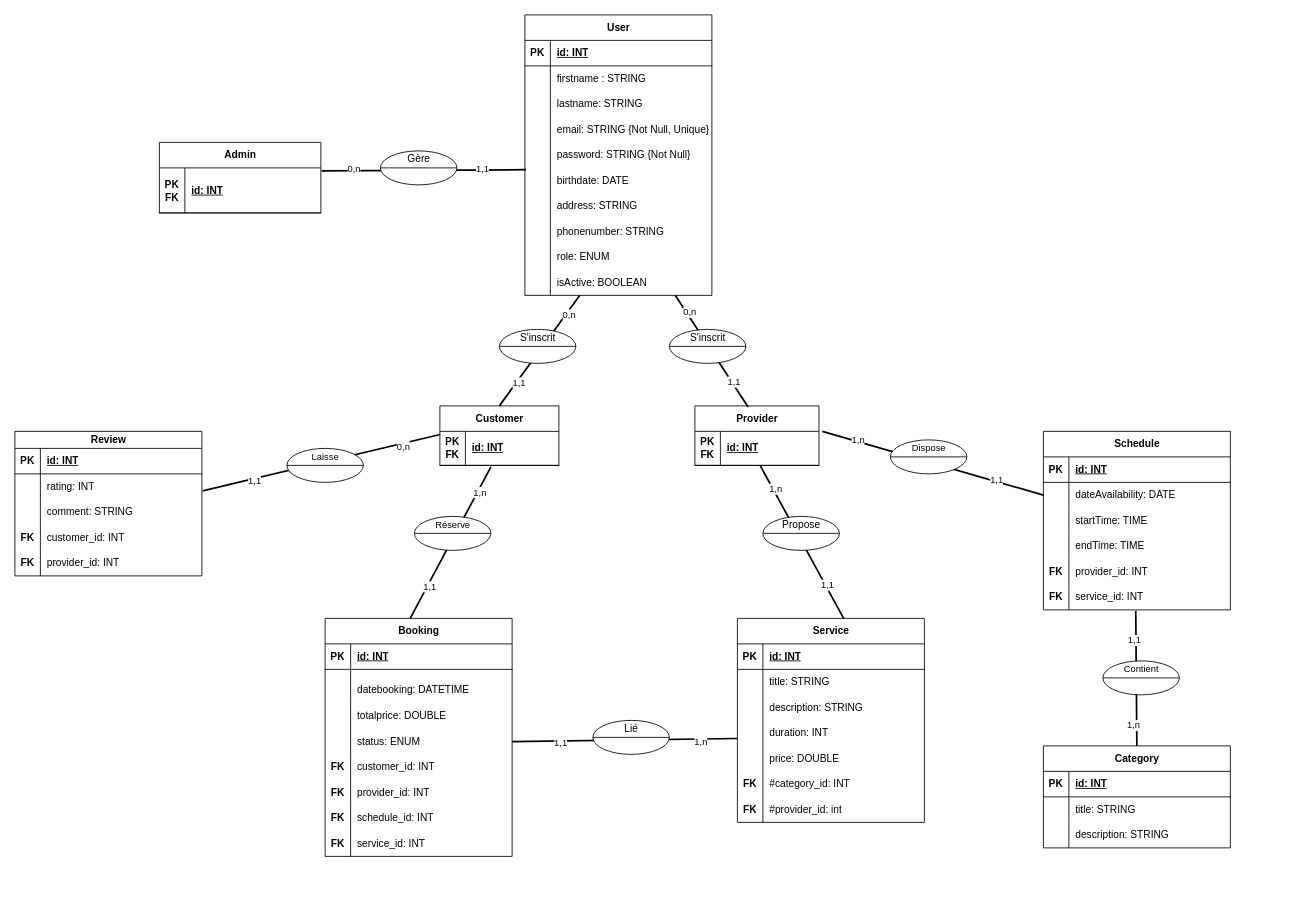
Before: BB_diagrams_entite.drawio in Steony/BeautyBookerApp, a draw.io diagram. Source tidied: cells renumbered, new cells numbered last; positions are measured from the earlier drawing's top-left corner, leaving out a move shared by most shapes. Both pictures are drawn from the tidied source at 85%, with x=0, y=0 at pixel (14, 14).
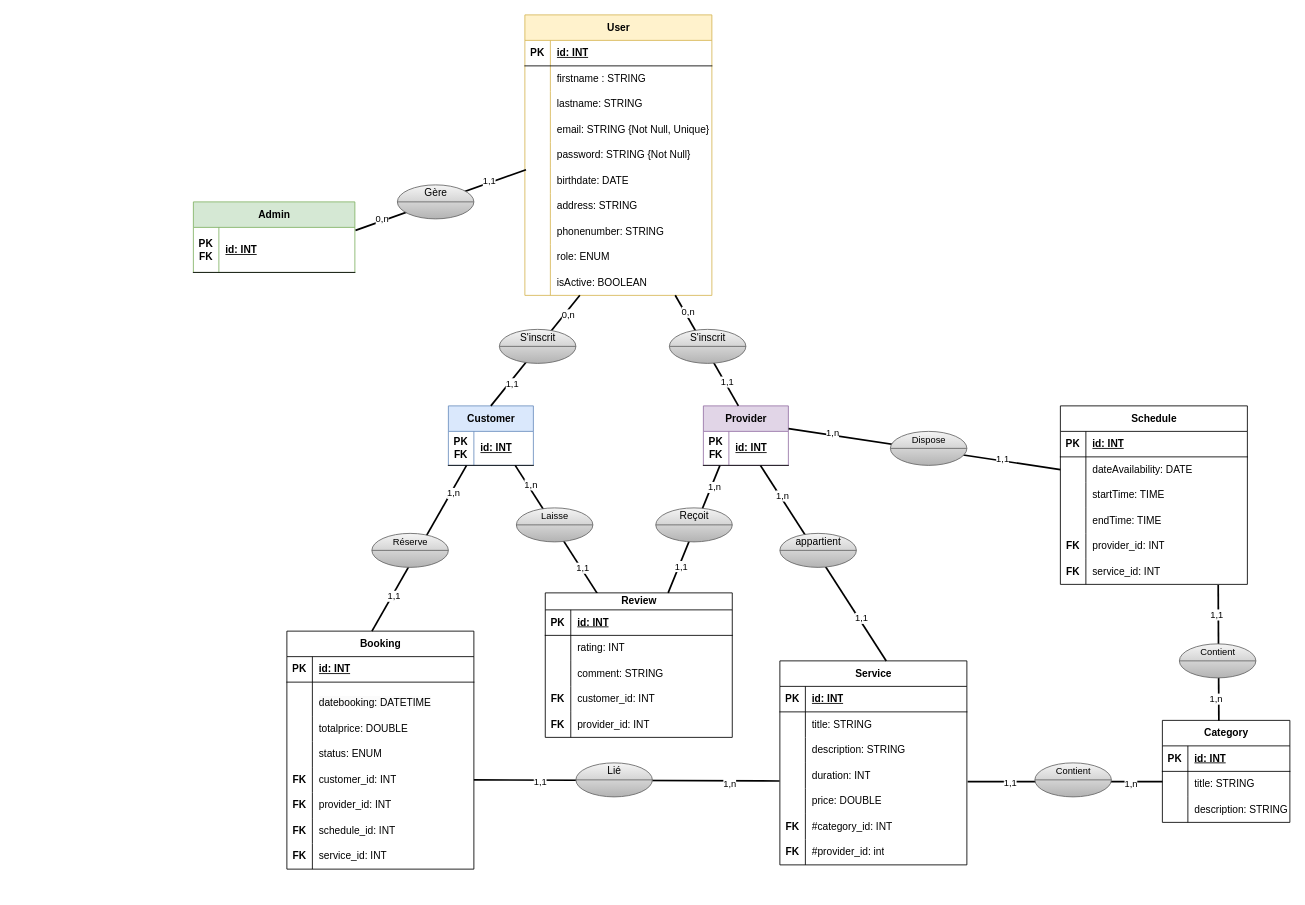
The same page after the edit.

Commit message (it also covers changes not shown here):
Mettre à jour BB_diagrams_entite.drawio

Unchanged cells that the change refers to:
```xml
<mxCell id="30" style="shape=tableRow;horizontal=0;startSize=0;swimlaneHead=0;swimlaneBody=0;fillColor=none;points=[[0,0.5],[1,0.5]];portConstraint=eastwest;top=0;left=0;right=0;bottom=0;" parent="2" vertex="1">
  <mxGeometry y="300" width="220" height="30" as="geometry" />
</mxCell>
<mxCell id="56" value="Booking" style="shape=table;startSize=30;childLayout=tableLayout;rowLines=0;fontStyle=1;align=center;html=1;" parent="55" vertex="1">
  <mxGeometry width="220" height="280" as="geometry" />
</mxCell>
<mxCell id="66" style="shape=tableRow;horizontal=0;startSize=0;swimlaneHead=0;swimlaneBody=0;fillColor=none;points=[[0,0.5],[1,0.5]];portConstraint=eastwest;top=0;left=0;right=0;bottom=0;" parent="56" vertex="1">
  <mxGeometry y="130" width="220" height="30" as="geometry" />
</mxCell>
<mxCell id="69" style="shape=tableRow;horizontal=0;startSize=0;swimlaneHead=0;swimlaneBody=0;fillColor=none;points=[[0,0.5],[1,0.5]];portConstraint=eastwest;top=0;left=0;right=0;bottom=0;" parent="56" vertex="1">
  <mxGeometry y="160" width="220" height="30" as="geometry" />
</mxCell>
<mxCell id="86" value="Service" style="shape=table;startSize=30;childLayout=tableLayout;rowLines=0;fontStyle=1;align=center;html=1;" parent="85" vertex="1">
  <mxGeometry width="220" height="240" as="geometry" />
</mxCell>
<mxCell id="96" style="shape=tableRow;horizontal=0;startSize=0;swimlaneHead=0;swimlaneBody=0;fillColor=none;points=[[0,0.5],[1,0.5]];portConstraint=eastwest;top=0;left=0;right=0;bottom=0;" parent="86" vertex="1">
  <mxGeometry y="120" width="220" height="30" as="geometry" />
</mxCell>
<mxCell id="131" style="group;" parent="1" vertex="1">
  <mxGeometry x="570" y="370" width="90" height="40" as="geometry" />
</mxCell>
<mxCell id="134" style="group;" parent="1" vertex="1">
  <mxGeometry x="770" y="370" width="90" height="40" as="geometry" />
</mxCell>
<mxCell id="144" value="Review" style="shape=table;startSize=20;childLayout=tableLayout;rowLines=0;fontStyle=1;align=center;html=1;" parent="140" vertex="1">
  <mxGeometry width="220" height="170" as="geometry" />
</mxCell>
<mxCell id="171" style="shape=tableRow;horizontal=0;startSize=0;swimlaneHead=0;swimlaneBody=0;fillColor=none;points=[[0,0.5],[1,0.5]];portConstraint=eastwest;top=0;left=0;right=0;bottom=0;" parent="167" vertex="1">
  <mxGeometry y="60" width="220" height="30" as="geometry" />
</mxCell>
<mxCell id="183" style="shape=tableRow;horizontal=0;startSize=0;swimlaneHead=0;swimlaneBody=0;fillColor=none;points=[[0,0.5],[1,0.5]];portConstraint=eastwest;top=0;left=0;right=0;bottom=0;" parent="167" vertex="1">
  <mxGeometry y="180" width="220" height="30" as="geometry" />
</mxCell>
```

Diff of the diagram source:
```diff
@@
-    <mxCell id="2" value="User" style="shape=table;startSize=30;childLayout=tableLayout;rowLines=0;fontStyle=1;align=center;html=1;" parent="1" vertex="1">
+    <mxCell id="2" value="User" style="shape=table;startSize=30;childLayout=tableLayout;rowLines=0;fontStyle=1;align=center;html=1;fillColor=#fff2cc;strokeColor=#d6b656;" parent="1" vertex="1">
       <mxGeometry x="600" width="220" height="330" as="geometry" />
     </mxCell>
@@
-    <mxCell id="33" value="Customer" style="shape=table;startSize=30;childLayout=tableLayout;rowLines=0;fontStyle=1;align=center;html=1;" parent="1" vertex="1">
-      <mxGeometry x="500" y="460" width="140" height="70" as="geometry" />
+    <mxCell id="33" value="Customer" style="shape=table;startSize=30;childLayout=tableLayout;rowLines=0;fontStyle=1;align=center;html=1;fillColor=#dae8fc;strokeColor=#6c8ebf;" parent="1" vertex="1">
+      <mxGeometry x="510" y="460" width="100" height="70" as="geometry" />
     </mxCell>
     <mxCell id="34" style="shape=tableRow;horizontal=0;startSize=0;swimlaneHead=0;swimlaneBody=0;fillColor=none;points=[[0,0.5],[1,0.5]];portConstraint=eastwest;top=0;left=0;right=0;bottom=1;" parent="33" vertex="1">
-      <mxGeometry y="30" width="140" height="40" as="geometry" />
+      <mxGeometry y="30" width="100" height="40" as="geometry" />
     </mxCell>
@@
     <mxCell id="36" value="id: INT" style="shape=partialRectangle;fillColor=none;top=0;left=0;bottom=0;right=0;align=left;spacingLeft=6;fontStyle=5;overflow=hidden;whiteSpace=wrap;html=1;" parent="34" vertex="1">
-      <mxGeometry x="30" width="110" height="40" as="geometry" />
+      <mxGeometry x="30" width="70" height="40" as="geometry" />
     </mxCell>
-    <mxCell id="37" value="Provider" style="shape=table;startSize=30;childLayout=tableLayout;rowLines=0;fontStyle=1;align=center;html=1;" parent="1" vertex="1">
-      <mxGeometry x="800" y="460" width="146" height="70" as="geometry" />
+    <mxCell id="37" value="Provider" style="shape=table;startSize=30;childLayout=tableLayout;rowLines=0;fontStyle=1;align=center;html=1;fillColor=#e1d5e7;strokeColor=#9673a6;" parent="1" vertex="1">
+      <mxGeometry x="810" y="460" width="100" height="70" as="geometry" />
     </mxCell>
     <mxCell id="38" style="shape=tableRow;horizontal=0;startSize=0;swimlaneHead=0;swimlaneBody=0;fillColor=none;points=[[0,0.5],[1,0.5]];portConstraint=eastwest;top=0;left=0;right=0;bottom=1;" parent="37" vertex="1">
-      <mxGeometry y="30" width="146" height="40" as="geometry" />
+      <mxGeometry y="30" width="100" height="40" as="geometry" />
     </mxCell>
@@
     <mxCell id="40" value="id: INT" style="shape=partialRectangle;fillColor=none;top=0;left=0;bottom=0;right=0;align=left;spacingLeft=6;fontStyle=5;overflow=hidden;whiteSpace=wrap;html=1;" parent="38" vertex="1">
-      <mxGeometry x="30" width="116" height="40" as="geometry" />
+      <mxGeometry x="30" width="70" height="40" as="geometry" />
     </mxCell>
-    <mxCell id="41" value="Admin" style="shape=table;startSize=30;childLayout=tableLayout;rowLines=0;fontStyle=1;align=center;html=1;" parent="1" vertex="1">
-      <mxGeometry x="170" y="150" width="190" height="83" as="geometry" />
+    <mxCell id="41" value="Admin" style="shape=table;startSize=30;childLayout=tableLayout;rowLines=0;fontStyle=1;align=center;html=1;fillColor=#d5e8d4;strokeColor=#82b366;" parent="1" vertex="1">
+      <mxGeometry x="210" y="220" width="190" height="83" as="geometry" />
     </mxCell>
@@
     <mxCell id="45" value="Category" style="shape=table;startSize=30;childLayout=tableLayout;rowLines=0;fontStyle=1;align=center;html=1;" parent="1" vertex="1">
-      <mxGeometry x="1210" y="860" width="220" height="120" as="geometry" />
+      <mxGeometry x="1350" y="830" width="150" height="120" as="geometry" />
     </mxCell>
     <mxCell id="46" style="shape=tableRow;horizontal=0;startSize=0;swimlaneHead=0;swimlaneBody=0;fillColor=none;top=0;left=0;right=0;bottom=1;" parent="45" vertex="1">
-      <mxGeometry y="30" width="220" height="30" as="geometry" />
+      <mxGeometry y="30" width="150" height="30" as="geometry" />
     </mxCell>
@@
     <mxCell id="48" value="id: INT" style="shape=partialRectangle;fillColor=none;top=0;left=0;bottom=0;right=0;align=left;spacingLeft=6;fontStyle=5;overflow=hidden;whiteSpace=wrap;html=1;" parent="46" vertex="1">
-      <mxGeometry x="30" width="190" height="30" as="geometry" />
+      <mxGeometry x="30" width="120" height="30" as="geometry" />
     </mxCell>
     <mxCell id="49" style="shape=tableRow;horizontal=0;startSize=0;swimlaneHead=0;swimlaneBody=0;fillColor=none;points=[[0,0.5],[1,0.5]];portConstraint=eastwest;top=0;left=0;right=0;bottom=0;" parent="45" vertex="1">
-      <mxGeometry y="60" width="220" height="30" as="geometry" />
+      <mxGeometry y="60" width="150" height="30" as="geometry" />
     </mxCell>
@@
     <mxCell id="51" value="title: STRING" style="shape=partialRectangle;fillColor=none;top=0;left=0;bottom=0;right=0;align=left;spacingLeft=6;overflow=hidden;whiteSpace=wrap;html=1;" parent="49" vertex="1">
-      <mxGeometry x="30" width="190" height="30" as="geometry" />
+      <mxGeometry x="30" width="120" height="30" as="geometry" />
     </mxCell>
     <mxCell id="52" style="shape=tableRow;horizontal=0;startSize=0;swimlaneHead=0;swimlaneBody=0;fillColor=none;top=0;left=0;right=0;bottom=0;" parent="45" vertex="1">
-      <mxGeometry y="90" width="220" height="30" as="geometry" />
+      <mxGeometry y="90" width="150" height="30" as="geometry" />
     </mxCell>
@@
     <mxCell id="54" value="description: STRING" style="shape=partialRectangle;fillColor=none;top=0;left=0;bottom=0;right=0;align=left;spacingLeft=6;overflow=hidden;whiteSpace=wrap;html=1;" parent="52" vertex="1">
-      <mxGeometry x="30" width="190" height="30" as="geometry" />
+      <mxGeometry x="30" width="120" height="30" as="geometry" />
     </mxCell>
     <mxCell id="55" style="group;" parent="1" vertex="1">
-      <mxGeometry x="365" y="710" width="220" height="280" as="geometry" />
+      <mxGeometry x="320" y="725" width="220" height="280" as="geometry" />
     </mxCell>
@@
     <mxCell id="85" style="group;" parent="1" vertex="1">
-      <mxGeometry x="850" y="710" width="220" height="270" as="geometry" />
+      <mxGeometry x="900" y="760" width="220" height="270" as="geometry" />
     </mxCell>
@@
-    <mxCell id="110" style="endArrow=none;html=1;rounded=0;exitX=0.003;exitY=0.093;exitDx=0;exitDy=0;exitPerimeter=0;strokeWidth=2;" parent="1" edge="1" source="34">
-      <mxGeometry relative="1" as="geometry">
-        <mxPoint x="221" y="560" as="targetPoint" />
-      </mxGeometry>
+    <mxCell id="110" style="endArrow=none;html=1;rounded=0;strokeWidth=2;entryX=0.288;entryY=0.024;entryDx=0;entryDy=0;entryPerimeter=0;exitX=0.786;exitY=1;exitDx=0;exitDy=0;exitPerimeter=0;" parent="1" edge="1" source="34" target="144">
+      <mxGeometry relative="1" as="geometry" />
     </mxCell>
-    <mxCell id="111" value="0,n" style="edgeLabel;html=1;align=center;verticalAlign=middle;" parent="110" vertex="1">
+    <mxCell id="111" value="1,n" style="edgeLabel;html=1;align=center;verticalAlign=middle;" parent="110" vertex="1">
       <mxGeometry x="-0.68" y="3" relative="1" as="geometry" />
     </mxCell>
@@
     <mxCell id="113" style="group;" parent="1" vertex="1">
-      <mxGeometry x="320" y="510" width="90" height="40" as="geometry" />
+      <mxGeometry x="590" y="580" width="90" height="40" as="geometry" />
     </mxCell>
-    <mxCell id="114" style="shape=lineEllipse;perimeter=ellipsePerimeter;whiteSpace=wrap;html=1;backgroundOutline=1;" parent="113" vertex="1">
+    <mxCell id="114" style="shape=lineEllipse;perimeter=ellipsePerimeter;whiteSpace=wrap;html=1;backgroundOutline=1;fillColor=#f5f5f5;gradientColor=#b3b3b3;strokeColor=#666666;" parent="113" vertex="1">
       <mxGeometry width="90" height="40" as="geometry" />
     </mxCell>
@@
-    <mxCell id="116" style="endArrow=none;html=1;rounded=0;exitX=0.429;exitY=1.042;exitDx=0;exitDy=0;exitPerimeter=0;strokeWidth=2;entryX=0.455;entryY=0;entryDx=0;entryDy=0;entryPerimeter=0;" parent="1" edge="1" source="34" target="56">
+    <mxCell id="116" style="endArrow=none;html=1;rounded=0;strokeWidth=2;entryX=0.455;entryY=0;entryDx=0;entryDy=0;entryPerimeter=0;exitX=0.214;exitY=1;exitDx=0;exitDy=0;exitPerimeter=0;" parent="1" edge="1" source="34" target="56">
       <mxGeometry relative="1" as="geometry" />
     </mxCell>
@@
     <mxCell id="119" style="group;" parent="1" vertex="1">
-      <mxGeometry x="470" y="590" width="90" height="40" as="geometry" />
+      <mxGeometry x="420" y="610" width="90" height="40" as="geometry" />
     </mxCell>
-    <mxCell id="120" style="shape=lineEllipse;perimeter=ellipsePerimeter;whiteSpace=wrap;html=1;backgroundOutline=1;" parent="119" vertex="1">
+    <mxCell id="120" style="shape=lineEllipse;perimeter=ellipsePerimeter;whiteSpace=wrap;html=1;backgroundOutline=1;fillColor=#f5f5f5;gradientColor=#b3b3b3;strokeColor=#666666;" parent="119" vertex="1">
       <mxGeometry width="90" height="40" as="geometry" />
     </mxCell>
@@
-    <mxCell id="122" style="endArrow=none;html=1;rounded=0;strokeWidth=2;exitX=0.527;exitY=1.01;exitDx=0;exitDy=0;exitPerimeter=0;entryX=0.569;entryY=0.001;entryDx=0;entryDy=0;entryPerimeter=0;" parent="1" edge="1" source="38" target="86">
+    <mxCell id="122" style="endArrow=none;html=1;rounded=0;strokeWidth=2;exitX=0.672;exitY=1.005;exitDx=0;exitDy=0;exitPerimeter=0;entryX=0.569;entryY=0.001;entryDx=0;entryDy=0;entryPerimeter=0;" parent="1" edge="1" source="38" target="86">
       <mxGeometry relative="1" as="geometry" />
     </mxCell>
@@
-    <mxCell id="128" style="endArrow=none;html=1;rounded=0;entryX=0.429;entryY=0.018;entryDx=0;entryDy=0;strokeWidth=2;entryPerimeter=0;exitX=0.804;exitY=0.995;exitDx=0;exitDy=0;exitPerimeter=0;" parent="1" edge="1" source="30" target="37">
+    <mxCell id="128" style="endArrow=none;html=1;rounded=0;entryX=0.412;entryY=-0.001;entryDx=0;entryDy=0;strokeWidth=2;entryPerimeter=0;exitX=0.804;exitY=0.995;exitDx=0;exitDy=0;exitPerimeter=0;" parent="1" edge="1" source="30" target="37">
       <mxGeometry relative="1" as="geometry" />
     </mxCell>
@@
-    <mxCell id="132" style="shape=lineEllipse;perimeter=ellipsePerimeter;whiteSpace=wrap;html=1;backgroundOutline=1;" parent="131" vertex="1">
+    <mxCell id="132" style="shape=lineEllipse;perimeter=ellipsePerimeter;whiteSpace=wrap;html=1;backgroundOutline=1;fillColor=#f5f5f5;gradientColor=#b3b3b3;strokeColor=#666666;" parent="131" vertex="1">
       <mxGeometry width="90" height="40" as="geometry" />
     </mxCell>
@@
-    <mxCell id="135" style="shape=lineEllipse;perimeter=ellipsePerimeter;whiteSpace=wrap;html=1;backgroundOutline=1;" parent="134" vertex="1">
+    <mxCell id="135" style="shape=lineEllipse;perimeter=ellipsePerimeter;whiteSpace=wrap;html=1;backgroundOutline=1;fillColor=#f5f5f5;gradientColor=#b3b3b3;strokeColor=#666666;" parent="134" vertex="1">
       <mxGeometry width="90" height="40" as="geometry" />
     </mxCell>
@@
     <mxCell id="137" style="group;" parent="1" vertex="1">
-      <mxGeometry x="880" y="590" width="90" height="40" as="geometry" />
+      <mxGeometry x="900" y="610" width="90" height="40" as="geometry" />
     </mxCell>
-    <mxCell id="138" style="shape=lineEllipse;perimeter=ellipsePerimeter;whiteSpace=wrap;html=1;backgroundOutline=1;" parent="137" vertex="1">
+    <mxCell id="138" style="shape=lineEllipse;perimeter=ellipsePerimeter;whiteSpace=wrap;html=1;backgroundOutline=1;fillColor=#f5f5f5;gradientColor=#b3b3b3;strokeColor=#666666;" parent="137" vertex="1">
       <mxGeometry width="90" height="40" as="geometry" />
     </mxCell>
-    <mxCell id="139" value="Propose" style="text;html=1;align=center;verticalAlign=middle;whiteSpace=wrap;rounded=0;" parent="137" vertex="1">
+    <mxCell id="139" value="appartient" style="text;html=1;align=center;verticalAlign=middle;whiteSpace=wrap;rounded=0;" parent="137" vertex="1">
       <mxGeometry x="17.5" width="55" height="20" as="geometry" />
     </mxCell>
     <mxCell id="140" style="group;" parent="1" vertex="1">
-      <mxGeometry y="490" width="220" height="170" as="geometry" />
+      <mxGeometry x="624" y="680" width="220" height="170" as="geometry" />
     </mxCell>
@@
-    <mxCell id="160" style="endArrow=none;html=1;rounded=0;strokeWidth=2;entryX=0.494;entryY=1.039;entryDx=0;entryDy=0;exitX=0.5;exitY=0;exitDx=0;exitDy=0;entryPerimeter=0;" parent="1" edge="1" source="45" target="183">
+    <mxCell id="160" style="endArrow=none;html=1;rounded=0;strokeWidth=2;entryX=0.844;entryY=1.026;entryDx=0;entryDy=0;entryPerimeter=0;exitX=0.443;exitY=0.004;exitDx=0;exitDy=0;exitPerimeter=0;" parent="1" edge="1" source="45" target="183">
       <mxGeometry relative="1" as="geometry" />
     </mxCell>
@@
     <mxCell id="163" style="group;" parent="1" vertex="1">
-      <mxGeometry x="1210" y="490" width="220" height="210" as="geometry" />
+      <mxGeometry x="1230" y="460" width="220" height="210" as="geometry" />
     </mxCell>
@@
-    <mxCell id="186" style="endArrow=none;html=1;rounded=0;strokeWidth=2;exitX=1.027;exitY=0;exitDx=0;exitDy=0;exitPerimeter=0;entryX=0;entryY=0.5;entryDx=0;entryDy=0;" parent="1" edge="1" source="38" target="171">
+    <mxCell id="186" style="endArrow=none;html=1;rounded=0;strokeWidth=2;exitX=1.002;exitY=0.383;exitDx=0;exitDy=0;exitPerimeter=0;entryX=0;entryY=0.5;entryDx=0;entryDy=0;" parent="1" edge="1" source="37" target="171">
       <mxGeometry relative="1" as="geometry" />
     </mxCell>
@@
     <mxCell id="192" style="group;" parent="1" vertex="1">
-      <mxGeometry x="430" y="160" width="90" height="40" as="geometry" />
+      <mxGeometry x="450" y="200" width="90" height="40" as="geometry" />
     </mxCell>
-    <mxCell id="193" style="shape=lineEllipse;perimeter=ellipsePerimeter;whiteSpace=wrap;html=1;backgroundOutline=1;" parent="192" vertex="1">
+    <mxCell id="193" style="shape=lineEllipse;perimeter=ellipsePerimeter;whiteSpace=wrap;html=1;backgroundOutline=1;fillColor=#f5f5f5;strokeColor=#666666;gradientColor=#b3b3b3;" parent="192" vertex="1">
       <mxGeometry width="90" height="40" as="geometry" />
     </mxCell>
@@
     <mxCell id="195" style="group;" parent="1" vertex="1">
-      <mxGeometry x="1030" y="500" width="90" height="40" as="geometry" />
+      <mxGeometry x="1030" y="490" width="90" height="40" as="geometry" />
     </mxCell>
-    <mxCell id="196" style="shape=lineEllipse;perimeter=ellipsePerimeter;whiteSpace=wrap;html=1;backgroundOutline=1;" parent="195" vertex="1">
+    <mxCell id="196" style="shape=lineEllipse;perimeter=ellipsePerimeter;whiteSpace=wrap;html=1;backgroundOutline=1;fillColor=#f5f5f5;gradientColor=#b3b3b3;strokeColor=#666666;" parent="195" vertex="1">
       <mxGeometry width="90" height="40" as="geometry" />
     </mxCell>
@@
     <mxCell id="198" style="group;" parent="1" vertex="1">
-      <mxGeometry x="1280" y="760" width="90" height="40" as="geometry" />
+      <mxGeometry x="1370" y="740" width="90" height="40" as="geometry" />
     </mxCell>
-    <mxCell id="199" style="shape=lineEllipse;perimeter=ellipsePerimeter;whiteSpace=wrap;html=1;backgroundOutline=1;" parent="198" vertex="1">
+    <mxCell id="199" style="shape=lineEllipse;perimeter=ellipsePerimeter;whiteSpace=wrap;html=1;backgroundOutline=1;fillColor=#f5f5f5;gradientColor=#b3b3b3;strokeColor=#666666;" parent="198" vertex="1">
       <mxGeometry width="90" height="40" as="geometry" />
     </mxCell>
@@
-    <mxCell id="201" style="endArrow=none;html=1;rounded=0;strokeWidth=2;exitX=-0.002;exitY=0.71;exitDx=0;exitDy=0;exitPerimeter=0;entryX=1;entryY=0.5;entryDx=0;entryDy=0;" parent="1" edge="1" source="96" target="66">
+    <mxCell id="201" style="endArrow=none;html=1;rounded=0;strokeWidth=2;exitX=-0.002;exitY=0.71;exitDx=0;exitDy=0;exitPerimeter=0;entryX=1;entryY=0.5;entryDx=0;entryDy=0;" parent="1" edge="1" source="96" target="69">
       <mxGeometry relative="1" as="geometry" />
     </mxCell>
@@
     <mxCell id="204" style="group;" parent="1" vertex="1">
-      <mxGeometry x="680" y="830" width="90" height="40" as="geometry" />
+      <mxGeometry x="660" y="880" width="90" height="40" as="geometry" />
     </mxCell>
-    <mxCell id="205" style="shape=lineEllipse;perimeter=ellipsePerimeter;whiteSpace=wrap;html=1;backgroundOutline=1;" parent="204" vertex="1">
+    <mxCell id="205" style="shape=lineEllipse;perimeter=ellipsePerimeter;whiteSpace=wrap;html=1;backgroundOutline=1;fillColor=#f5f5f5;gradientColor=#b3b3b3;strokeColor=#666666;" parent="204" vertex="1">
       <mxGeometry width="90" height="40" as="geometry" />
     </mxCell>
@@
+    <mxCell id="207" style="endArrow=none;html=1;rounded=0;strokeWidth=2;exitX=0.194;exitY=1.008;exitDx=0;exitDy=0;exitPerimeter=0;" parent="1" edge="1" source="38" target="144">
+      <mxGeometry relative="1" as="geometry" />
+    </mxCell>
+    <mxCell id="208" value="1,n" style="edgeLabel;html=1;align=center;verticalAlign=middle;" parent="207" vertex="1">
+      <mxGeometry x="-0.68" y="3" relative="1" as="geometry" />
+    </mxCell>
+    <mxCell id="209" value="1,1" style="edgeLabel;html=1;align=center;verticalAlign=middle;" parent="207" vertex="1">
+      <mxGeometry x="0.57" y="2" relative="1" as="geometry" />
+    </mxCell>
+    <mxCell id="210" style="group;" parent="1" vertex="1">
+      <mxGeometry x="754" y="580" width="90" height="40" as="geometry" />
+    </mxCell>
+    <mxCell id="211" style="shape=lineEllipse;perimeter=ellipsePerimeter;whiteSpace=wrap;html=1;backgroundOutline=1;fillColor=#f5f5f5;gradientColor=#b3b3b3;strokeColor=#666666;" parent="210" vertex="1">
+      <mxGeometry width="90" height="40" as="geometry" />
+    </mxCell>
+    <mxCell id="212" value="Reçoit" style="text;html=1;align=center;verticalAlign=middle;whiteSpace=wrap;rounded=0;" parent="210" vertex="1">
+      <mxGeometry x="17.5" width="55" height="20" as="geometry" />
+    </mxCell>
+    <mxCell id="213" style="endArrow=none;html=1;rounded=0;strokeWidth=2;entryX=1.004;entryY=0.732;entryDx=0;entryDy=0;entryPerimeter=0;exitX=0.001;exitY=0.4;exitDx=0;exitDy=0;exitPerimeter=0;" parent="1" edge="1" source="49" target="96">
+      <mxGeometry relative="1" as="geometry" />
+    </mxCell>
+    <mxCell id="214" value="1,n" style="edgeLabel;html=1;align=center;verticalAlign=middle;" parent="213" vertex="1">
+      <mxGeometry x="-0.68" y="3" relative="1" as="geometry">
+        <mxPoint x="-1" as="offset" />
+      </mxGeometry>
+    </mxCell>
+    <mxCell id="215" value="1,1" style="edgeLabel;html=1;align=center;verticalAlign=middle;" parent="213" vertex="1">
+      <mxGeometry x="0.57" y="2" relative="1" as="geometry" />
+    </mxCell>
+    <mxCell id="216" style="group;" parent="1" vertex="1">
+      <mxGeometry x="1200" y="880" width="90" height="40" as="geometry" />
+    </mxCell>
+    <mxCell id="217" style="shape=lineEllipse;perimeter=ellipsePerimeter;whiteSpace=wrap;html=1;backgroundOutline=1;fillColor=#f5f5f5;gradientColor=#b3b3b3;strokeColor=#666666;" parent="216" vertex="1">
+      <mxGeometry width="90" height="40" as="geometry" />
+    </mxCell>
+    <mxCell id="218" value="&lt;span style=&quot;font-size: 11px;&quot;&gt;Contient&lt;/span&gt;" style="text;html=1;align=center;verticalAlign=middle;whiteSpace=wrap;rounded=0;" parent="216" vertex="1">
+      <mxGeometry x="17.5" width="55" height="20" as="geometry" />
+    </mxCell>
```
